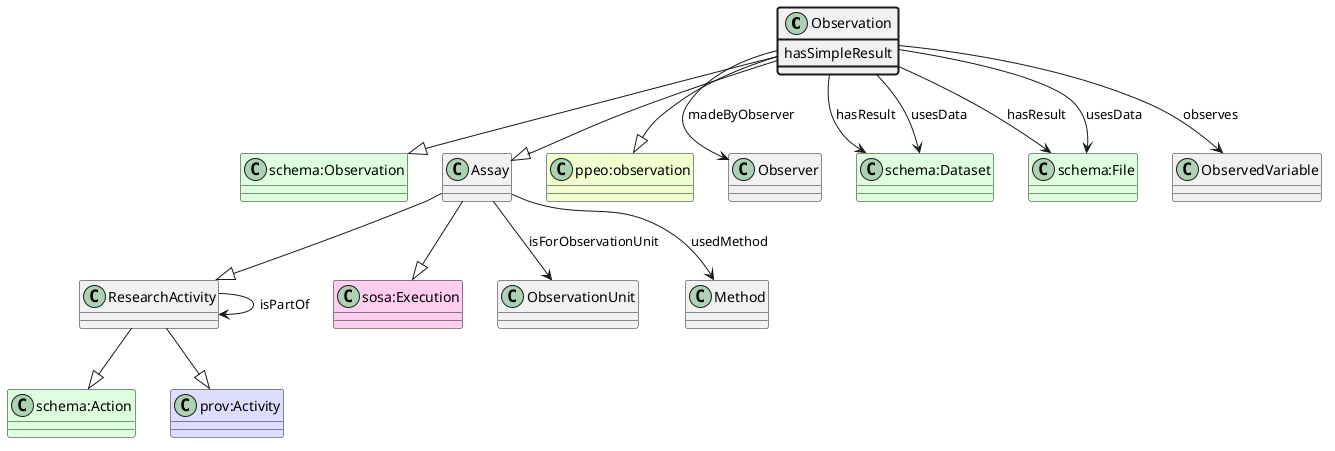
Earlier version of the PlantUML export ttl_uml/ttl_appn_Observation.png (aus-plant-phenomics-network/appn-schema).
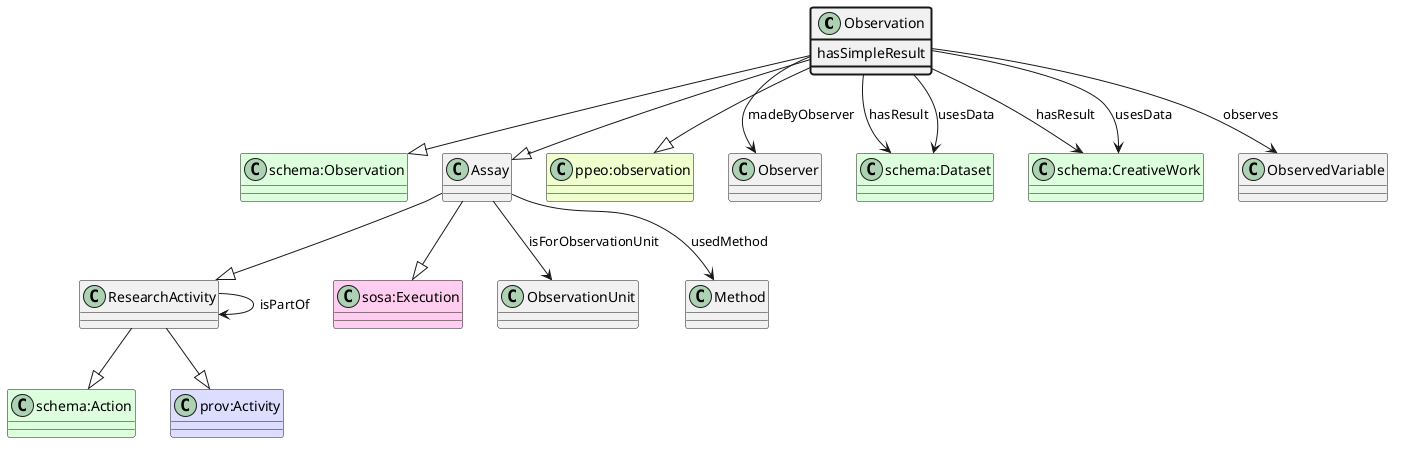
After the commit.

Commit message:
schema:CreativeWork documentation

Change to the diagram source:
```diff
@@ -18,15 +18,15 @@
 Observation --> Observer : madeByObserver
 class "schema:Dataset" #DDFFDD
 Observation --> "schema:Dataset" : hasResult
-class "schema:File" #DDFFDD
-Observation --> "schema:File" : hasResult
+class "schema:CreativeWork" #DDFFDD
+Observation --> "schema:CreativeWork" : hasResult
 class Observation #line.bold {
     hasSimpleResult
 }
 class "schema:Dataset" #DDFFDD
 Observation --> "schema:Dataset" : usesData
-class "schema:File" #DDFFDD
-Observation --> "schema:File" : usesData
+class "schema:CreativeWork" #DDFFDD
+Observation --> "schema:CreativeWork" : usesData
 class ObservedVariable
 Observation --> ObservedVariable : observes
 class ObservationUnit
```
